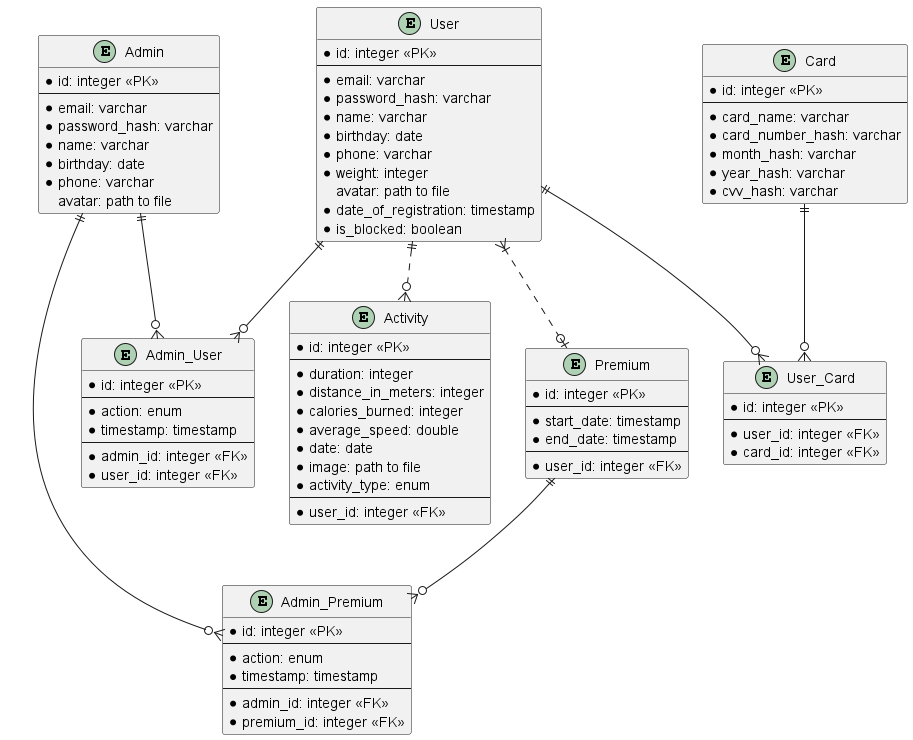
Above: diagrams/er/er_diagram.png in lebedeva-elizaveta/FitnessTracker (PlantUML), before the change. Source of this version:
```plantuml
@startuml

entity User {
  * id: integer <<PK>>
  --
  * email: varchar
  * password_hash: varchar
  * name: varchar
  * birthday: date
  * phone: varchar
  * weight: integer
  avatar: path to file
  * date_of_registration: timestamp
  * is_blocked: boolean
}

entity Activity {
  * id: integer <<PK>>
  --
  * duration: integer
  * distance_in_meters: integer
  * calories_burned: integer
  * average_speed: double
  * date: date
  * image: path to file
  * activity_type: enum
  --
  * user_id: integer <<FK>>
}

entity Admin{
  * id: integer <<PK>>
  --
  * email: varchar
  * password_hash: varchar
  * name: varchar
  * birthday: date
  * phone: varchar
  avatar: path to file
}

entity Card {
  * id: integer <<PK>>
  --
  * card_name: varchar
  * card_number_hash: varchar
  * month_hash: varchar
  * year_hash: varchar
  * cvv_hash: varchar
}

entity Premium {
  * id: integer <<PK>>
  --
  * start_date: timestamp
  * end_date: timestamp
  --
  * user_id: integer <<FK>>
}

entity Admin_Premium {
  * id: integer <<PK>>
  --
  * action: enum
  * timestamp: timestamp
  --
  * admin_id: integer <<FK>>
  * premium_id: integer <<FK>>
}

entity Admin_User {
  * id: integer <<PK>>
  --
  * action: enum
  * timestamp: timestamp
  --
  * admin_id: integer <<FK>>
  * user_id: integer <<FK>>
}

entity User_Card {
  * id: integer <<PK>>
  --
  * user_id: integer <<FK>>
  * card_id: integer <<FK>>
}

User }|..o| Premium
User ||..o{ Activity
Admin ||--o{ Admin_Premium
Premium ||--o{ Admin_Premium
Admin ||--o{ Admin_User
User ||--o{ Admin_User
User ||--o{ User_Card
Card ||--o{ User_Card

@enduml
```
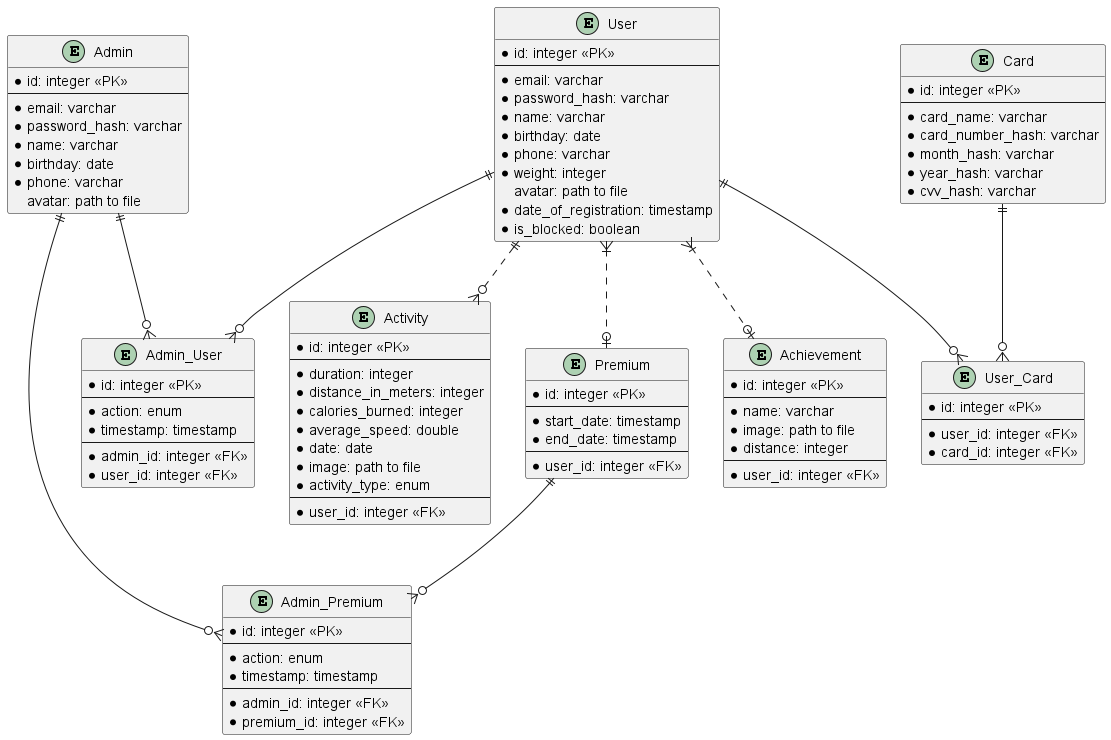
After the commit.

Change to the diagram source:
```diff
@@ -85,7 +85,18 @@
   * card_id: integer <<FK>>
 }
 
+entity Achievement {
+  * id: integer <<PK>>
+  --
+  * name: varchar
+  * image: path to file
+  * distance: integer
+  --
+  * user_id: integer <<FK>>
+}
+
 User }|..o| Premium
+User }|..o| Achievement
 User ||..o{ Activity
 Admin ||--o{ Admin_Premium
 Premium ||--o{ Admin_Premium
```
